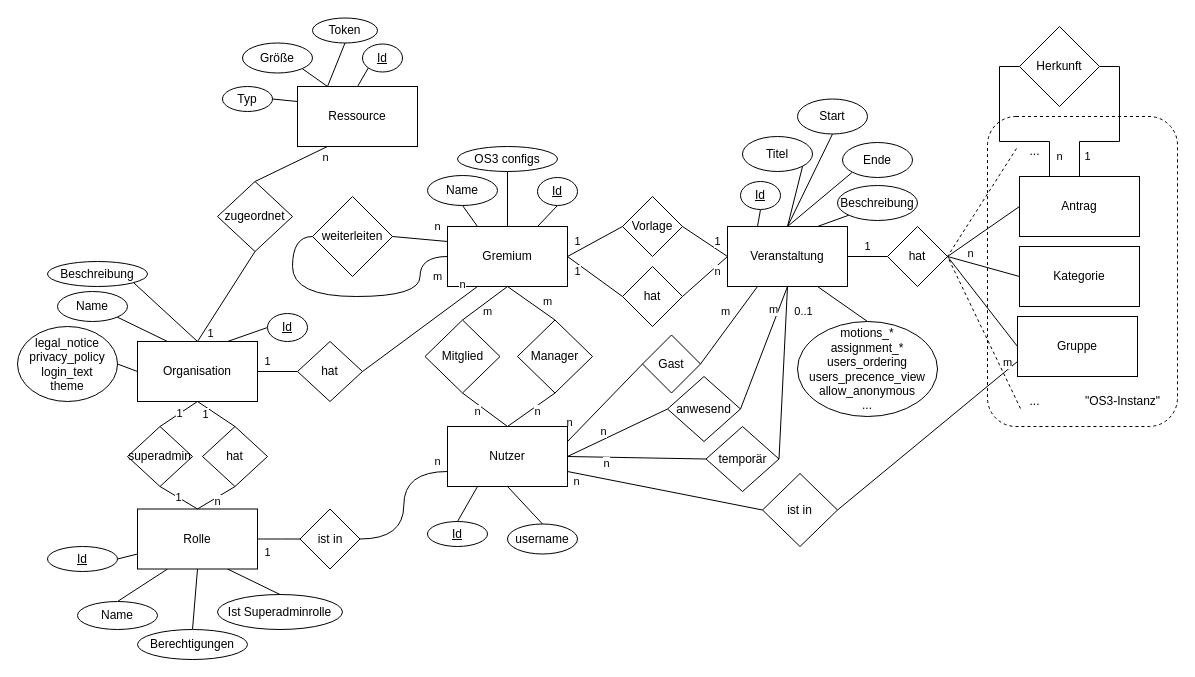
This is docs/modellierung.drawio from OpenSlides/OpenSlides, a draw.io file, before an edit. Source tidied: cells renumbered, new cells numbered last; positions are measured from the earlier drawing's top-left corner, leaving out a move shared by most shapes. Both pictures are drawn from the tidied source at 100%, with x=0, y=0 at pixel (17, 17).
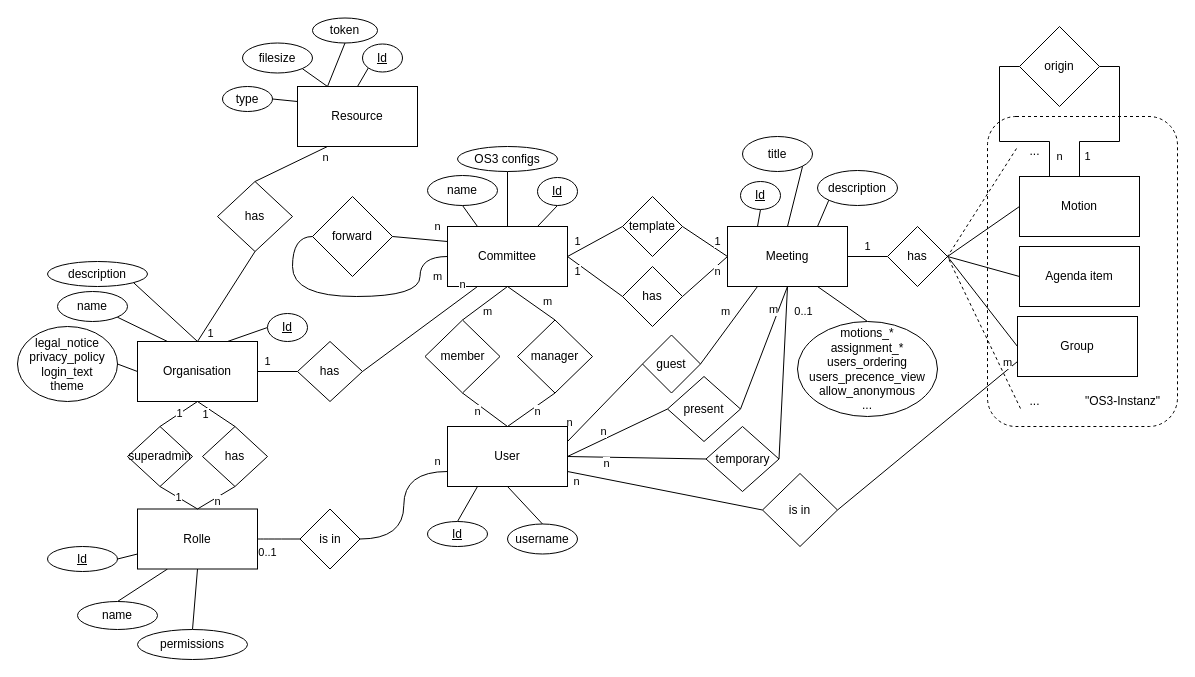
The same diagram, later.

Unchanged cells that the change refers to:
```xml
<mxCell id="73" value="Rolle" style="rounded=0;whiteSpace=wrap;html=1;" parent="1" vertex="1">
  <mxGeometry x="120" y="491.5" width="120" height="60" as="geometry" />
</mxCell>
```

What changed in the source:
```diff
@@
-    <mxCell id="8" value="Gremium" style="rounded=0;whiteSpace=wrap;html=1;" parent="1" vertex="1">
+    <mxCell id="8" value="Committee" style="rounded=0;whiteSpace=wrap;html=1;" parent="1" vertex="1">
       <mxGeometry x="430" y="209" width="120" height="60" as="geometry" />
     </mxCell>
@@
-    <mxCell id="10" value="Veranstaltung" style="rounded=0;whiteSpace=wrap;html=1;" parent="1" vertex="1">
+    <mxCell id="10" value="Meeting" style="rounded=0;whiteSpace=wrap;html=1;" parent="1" vertex="1">
       <mxGeometry x="710" y="209" width="120" height="60" as="geometry" />
     </mxCell>
@@
-    <mxCell id="19" value="Nutzer" style="rounded=0;whiteSpace=wrap;html=1;" parent="1" vertex="1">
+    <mxCell id="19" value="User" style="rounded=0;whiteSpace=wrap;html=1;" parent="1" vertex="1">
       <mxGeometry x="430" y="409" width="120" height="60" as="geometry" />
     </mxCell>
-    <mxCell id="20" value="Name" style="ellipse;whiteSpace=wrap;html=1;" parent="1" vertex="1">
+    <mxCell id="20" value="name" style="ellipse;whiteSpace=wrap;html=1;" parent="1" vertex="1">
       <mxGeometry x="410" y="158" width="70" height="30" as="geometry" />
     </mxCell>
@@
-    <mxCell id="23" value="weiterleiten" style="rhombus;whiteSpace=wrap;html=1;" parent="1" vertex="1">
+    <mxCell id="23" value="forward" style="rhombus;whiteSpace=wrap;html=1;" parent="1" vertex="1">
       <mxGeometry x="295" y="179" width="80" height="80" as="geometry" />
     </mxCell>
@@
-    <mxCell id="26" value="hat" style="rhombus;whiteSpace=wrap;html=1;" parent="1" vertex="1">
+    <mxCell id="26" value="has" style="rhombus;whiteSpace=wrap;html=1;" parent="1" vertex="1">
       <mxGeometry x="605" y="249" width="60" height="60" as="geometry" />
     </mxCell>
-    <mxCell id="27" value="Antrag" style="rounded=0;whiteSpace=wrap;html=1;" parent="1" vertex="1">
+    <mxCell id="27" value="Motion" style="rounded=0;whiteSpace=wrap;html=1;" parent="1" vertex="1">
       <mxGeometry x="1002" y="159" width="120" height="60" as="geometry" />
     </mxCell>
-    <mxCell id="28" value="Kategorie" style="rounded=0;whiteSpace=wrap;html=1;" parent="1" vertex="1">
+    <mxCell id="28" value="Agenda item" style="rounded=0;whiteSpace=wrap;html=1;" parent="1" vertex="1">
       <mxGeometry x="1002" y="229" width="120" height="60" as="geometry" />
     </mxCell>
-    <mxCell id="29" value="Gruppe" style="rounded=0;whiteSpace=wrap;html=1;" parent="1" vertex="1">
+    <mxCell id="29" value="Group" style="rounded=0;whiteSpace=wrap;html=1;" parent="1" vertex="1">
       <mxGeometry x="1000" y="299" width="120" height="60" as="geometry" />
     </mxCell>
@@
-    <mxCell id="33" value="n" style="edgeStyle=none;rounded=0;jettySize=auto;html=1;entryX=0;entryY=0.5;entryDx=0;entryDy=0;endArrow=none;endFill=0;exitX=1;exitY=0.5;exitDx=0;exitDy=0;" parent="1" edge="1" source="36" target="28">
+    <mxCell id="33" style="edgeStyle=none;rounded=0;jettySize=auto;html=1;entryX=0;entryY=0.5;entryDx=0;entryDy=0;endArrow=none;endFill=0;exitX=1;exitY=0.5;exitDx=0;exitDy=0;" parent="1" edge="1" source="36" target="28">
       <mxGeometry x="-0.43" y="9" relative="1" as="geometry" />
     </mxCell>
@@
-    <mxCell id="36" value="hat" style="rhombus;whiteSpace=wrap;html=1;" parent="1" vertex="1">
+    <mxCell id="36" value="has" style="rhombus;whiteSpace=wrap;html=1;" parent="1" vertex="1">
       <mxGeometry x="870" y="209" width="60" height="60" as="geometry" />
     </mxCell>
@@
-    <mxCell id="41" value="Titel" style="ellipse;whiteSpace=wrap;html=1;" parent="1" vertex="1">
+    <mxCell id="41" value="title" style="ellipse;whiteSpace=wrap;html=1;" parent="1" vertex="1">
       <mxGeometry x="725" y="119" width="70" height="35" as="geometry" />
     </mxCell>
-    <mxCell id="42" style="edgeStyle=none;rounded=0;jettySize=auto;html=1;exitX=0.5;exitY=1;exitDx=0;exitDy=0;endArrow=none;endFill=0;" parent="1" edge="1" source="43">
-      <mxGeometry relative="1" as="geometry">
-        <mxPoint x="770" y="209" as="targetPoint" />
-      </mxGeometry>
-    </mxCell>
-    <mxCell id="43" value="Start" style="ellipse;whiteSpace=wrap;html=1;" parent="1" vertex="1">
-      <mxGeometry x="780" y="81.5" width="70" height="35" as="geometry" />
-    </mxCell>
-    <mxCell id="44" style="edgeStyle=none;rounded=0;jettySize=auto;html=1;exitX=0;exitY=1;exitDx=0;exitDy=0;entryX=0.5;entryY=0;entryDx=0;entryDy=0;endArrow=none;endFill=0;" parent="1" edge="1" source="45" target="10">
-      <mxGeometry relative="1" as="geometry" />
-    </mxCell>
-    <mxCell id="45" value="Ende" style="ellipse;whiteSpace=wrap;html=1;" parent="1" vertex="1">
-      <mxGeometry x="825" y="125" width="70" height="35" as="geometry" />
-    </mxCell>
@@
-    <mxCell id="47" value="Beschreibung" style="ellipse;whiteSpace=wrap;html=1;" parent="1" vertex="1">
-      <mxGeometry x="820" y="168" width="80" height="35" as="geometry" />
+    <mxCell id="47" value="description" style="ellipse;whiteSpace=wrap;html=1;" parent="1" vertex="1">
+      <mxGeometry x="800" y="153" width="80" height="35" as="geometry" />
     </mxCell>
@@
-    <mxCell id="56" value="Mitglied" style="rhombus;whiteSpace=wrap;html=1;" parent="1" vertex="1">
+    <mxCell id="56" value="member" style="rhombus;whiteSpace=wrap;html=1;" parent="1" vertex="1">
       <mxGeometry x="407.5" y="302.5" width="75" height="73" as="geometry" />
     </mxCell>
@@
-    <mxCell id="58" value="ist in" style="rhombus;whiteSpace=wrap;html=1;" parent="1" vertex="1">
+    <mxCell id="58" value="is in" style="rhombus;whiteSpace=wrap;html=1;" parent="1" vertex="1">
       <mxGeometry x="745" y="456" width="75" height="73" as="geometry" />
     </mxCell>
@@
-    <mxCell id="60" value="Gast" style="rhombus;whiteSpace=wrap;html=1;" parent="1" vertex="1">
+    <mxCell id="60" value="guest" style="rhombus;whiteSpace=wrap;html=1;" parent="1" vertex="1">
       <mxGeometry x="625" y="317.5" width="58" height="58" as="geometry" />
     </mxCell>
@@
-    <mxCell id="62" value="anwesend" style="rhombus;whiteSpace=wrap;html=1;" parent="1" vertex="1">
+    <mxCell id="62" value="present" style="rhombus;whiteSpace=wrap;html=1;" parent="1" vertex="1">
       <mxGeometry x="650" y="359" width="73" height="65" as="geometry" />
     </mxCell>
@@
-    <mxCell id="64" value="temporär" style="rhombus;whiteSpace=wrap;html=1;" parent="1" vertex="1">
+    <mxCell id="64" value="temporary" style="rhombus;whiteSpace=wrap;html=1;" parent="1" vertex="1">
       <mxGeometry x="688.5" y="409" width="73" height="65" as="geometry" />
     </mxCell>
@@
-    <mxCell id="67" value="Herkunft" style="rhombus;whiteSpace=wrap;html=1;" parent="1" vertex="1">
+    <mxCell id="67" value="origin" style="rhombus;whiteSpace=wrap;html=1;" parent="1" vertex="1">
       <mxGeometry x="1002" y="9" width="80" height="80" as="geometry" />
     </mxCell>
-    <mxCell id="68" value="1" style="edgeStyle=orthogonalEdgeStyle;curved=1;rounded=0;jettySize=auto;html=1;exitX=1;exitY=0.5;exitDx=0;exitDy=0;entryX=0;entryY=0.5;entryDx=0;entryDy=0;endArrow=none;endFill=0;" parent="1" edge="1" source="73" target="82">
+    <mxCell id="68" value="0..1" style="edgeStyle=orthogonalEdgeStyle;curved=1;rounded=0;jettySize=auto;html=1;exitX=1;exitY=0.5;exitDx=0;exitDy=0;entryX=0;entryY=0.5;entryDx=0;entryDy=0;endArrow=none;endFill=0;" parent="1" edge="1" source="73" target="82">
       <mxGeometry x="-0.53" y="-12" relative="1" as="geometry">
         <mxPoint y="1" as="offset" />
       </mxGeometry>
     </mxCell>
@@
-    <mxCell id="72" style="edgeStyle=none;rounded=0;jettySize=auto;html=1;exitX=0.75;exitY=1;exitDx=0;exitDy=0;entryX=0.5;entryY=0;entryDx=0;entryDy=0;endArrow=none;endFill=0;" parent="1" edge="1" source="73" target="86">
-      <mxGeometry relative="1" as="geometry" />
-    </mxCell>
@@
-    <mxCell id="79" value="hat" style="rhombus;whiteSpace=wrap;html=1;" parent="1" vertex="1">
+    <mxCell id="79" value="has" style="rhombus;whiteSpace=wrap;html=1;" parent="1" vertex="1">
       <mxGeometry x="280" y="324" width="65" height="60" as="geometry" />
     </mxCell>
@@
-    <mxCell id="81" value="hat" style="rhombus;whiteSpace=wrap;html=1;" parent="1" vertex="1">
+    <mxCell id="81" value="has" style="rhombus;whiteSpace=wrap;html=1;" parent="1" vertex="1">
       <mxGeometry x="185" y="409" width="65" height="60" as="geometry" />
     </mxCell>
-    <mxCell id="82" value="ist in" style="rhombus;whiteSpace=wrap;html=1;" parent="1" vertex="1">
+    <mxCell id="82" value="is in" style="rhombus;whiteSpace=wrap;html=1;" parent="1" vertex="1">
       <mxGeometry x="282.5" y="491.5" width="60" height="60" as="geometry" />
     </mxCell>
-    <mxCell id="83" value="Name" style="ellipse;whiteSpace=wrap;html=1;" parent="1" vertex="1">
+    <mxCell id="83" value="name" style="ellipse;whiteSpace=wrap;html=1;" parent="1" vertex="1">
       <mxGeometry x="60" y="584" width="80" height="28" as="geometry" />
     </mxCell>
-    <mxCell id="84" value="Berechtigungen" style="ellipse;whiteSpace=wrap;html=1;" parent="1" vertex="1">
+    <mxCell id="84" value="permissions" style="ellipse;whiteSpace=wrap;html=1;" parent="1" vertex="1">
       <mxGeometry x="120" y="612" width="110" height="30" as="geometry" />
     </mxCell>
@@
-    <mxCell id="86" value="Ist Superadminrolle" style="ellipse;whiteSpace=wrap;html=1;" parent="1" vertex="1">
-      <mxGeometry x="200" y="577" width="125" height="35" as="geometry" />
-    </mxCell>
@@
-    <mxCell id="88" value="Beschreibung" style="ellipse;whiteSpace=wrap;html=1;" parent="1" vertex="1">
+    <mxCell id="88" value="description" style="ellipse;whiteSpace=wrap;html=1;" parent="1" vertex="1">
       <mxGeometry x="30" y="244" width="100" height="25" as="geometry" />
     </mxCell>
@@
-    <mxCell id="90" value="Name" style="ellipse;whiteSpace=wrap;html=1;" parent="1" vertex="1">
+    <mxCell id="90" value="name" style="ellipse;whiteSpace=wrap;html=1;" parent="1" vertex="1">
       <mxGeometry x="40" y="274" width="70" height="30" as="geometry" />
     </mxCell>
@@
-    <mxCell id="97" value="Ressource" style="rounded=0;whiteSpace=wrap;html=1;" parent="1" vertex="1">
+    <mxCell id="97" value="Resource" style="rounded=0;whiteSpace=wrap;html=1;" parent="1" vertex="1">
       <mxGeometry x="280" y="69" width="120" height="60" as="geometry" />
     </mxCell>
@@
-    <mxCell id="99" value="Größe" style="ellipse;whiteSpace=wrap;html=1;" parent="1" vertex="1">
+    <mxCell id="99" value="filesize" style="ellipse;whiteSpace=wrap;html=1;" parent="1" vertex="1">
       <mxGeometry x="225" y="25.5" width="70" height="30" as="geometry" />
     </mxCell>
@@
-    <mxCell id="101" value="Token" style="ellipse;whiteSpace=wrap;html=1;" parent="1" vertex="1">
+    <mxCell id="101" value="token" style="ellipse;whiteSpace=wrap;html=1;" parent="1" vertex="1">
       <mxGeometry x="295" y="0.5" width="65" height="25" as="geometry" />
     </mxCell>
@@
-    <mxCell id="103" value="Typ" style="ellipse;whiteSpace=wrap;html=1;" parent="1" vertex="1">
+    <mxCell id="103" value="type" style="ellipse;whiteSpace=wrap;html=1;" parent="1" vertex="1">
       <mxGeometry x="205" y="69" width="50" height="25" as="geometry" />
     </mxCell>
@@
-    <mxCell id="105" value="zugeordnet" style="rhombus;whiteSpace=wrap;html=1;" parent="1" vertex="1">
+    <mxCell id="105" value="has" style="rhombus;whiteSpace=wrap;html=1;" parent="1" vertex="1">
       <mxGeometry x="200" y="164" width="75" height="70" as="geometry" />
     </mxCell>
@@
-    <mxCell id="107" value="Vorlage" style="rhombus;whiteSpace=wrap;html=1;" parent="1" vertex="1">
+    <mxCell id="107" value="template" style="rhombus;whiteSpace=wrap;html=1;" parent="1" vertex="1">
       <mxGeometry x="605" y="179" width="60" height="60" as="geometry" />
     </mxCell>
@@
-    <mxCell id="112" value="Manager" style="rhombus;whiteSpace=wrap;html=1;" parent="1" vertex="1">
+    <mxCell id="112" value="manager" style="rhombus;whiteSpace=wrap;html=1;" parent="1" vertex="1">
       <mxGeometry x="500" y="302.5" width="75" height="73" as="geometry" />
     </mxCell>
```
